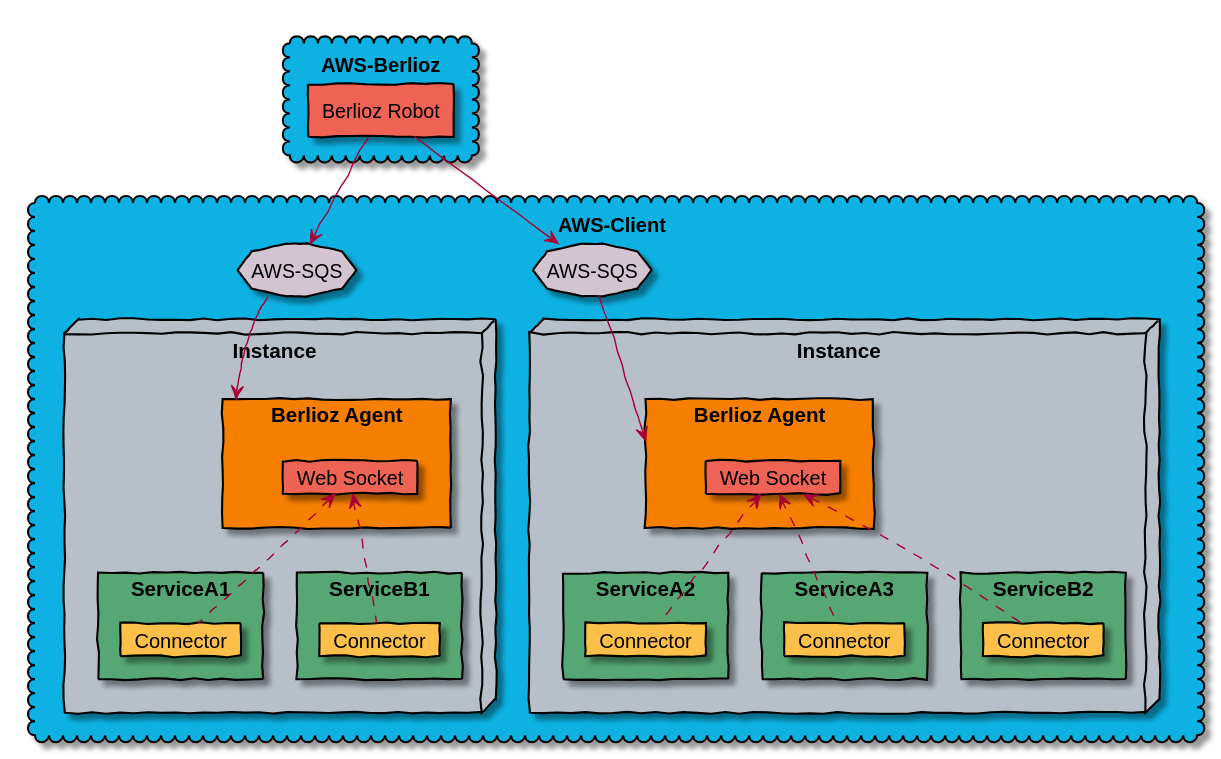
berlioz-the/berlioz keeps this PlantUML diagram as assets/diagrams/connector.svg. Above is the earlier version. Source of this version:
```plantuml
@startuml

skinparam handwritten true

cloud "AWS-Client" #08B2E3 {

    node "Instance" as Instance2 #B7BFC9 {

        rectangle "Berlioz Agent" as BerliozAgent2 #F77F00 {
            card "Web Socket" as BerliozAgent2WS #EE6352  {

            }
        }

        rectangle ServiceA1 #57A773 {
            card "Connector" as ServiceA1Connector #FCBF49  {

            }
        }

        rectangle ServiceB1 #57A773 {
            card "Connector" as ServiceB1Connector #FCBF49  {

            }
        }

        BerliozAgent2WS <.. ServiceA1Connector
        BerliozAgent2WS <.. ServiceB1Connector
    }

    node "Instance" as Instance1 #B7BFC9 {

        rectangle "Berlioz Agent" as BerliozAgent1 #F77F00 {
            card "Web Socket" as BerliozAgent1WS #EE6352  {

            }
        }

        rectangle ServiceA2 #57A773 {
            card "Connector" as ServiceA2Connector #FCBF49  {

            }
        }

        rectangle ServiceA3 #57A773 {
            card "Connector" as ServiceA3Connector #FCBF49  {

            }
        }

        rectangle ServiceB2 #57A773 {
            card "Connector" as ServiceB2Connector #FCBF49  {

            }
        }

        BerliozAgent1WS <.. ServiceA2Connector
        BerliozAgent1WS <.. ServiceA3Connector
        BerliozAgent1WS <.. ServiceB2Connector
    }


    storage "AWS-SQS" as SQS1 #D3C4D1 {
    }
    SQS1 --> BerliozAgent1

    storage "AWS-SQS" as SQS2 #D3C4D1 {
    }
    SQS2 --> BerliozAgent2

}

cloud "AWS-Berlioz" #08B2E3 {
    rectangle "Berlioz Robot" as BerliozRobot #EE6352 {

    }
}

BerliozRobot --> SQS1
BerliozRobot --> SQS2

@enduml
```
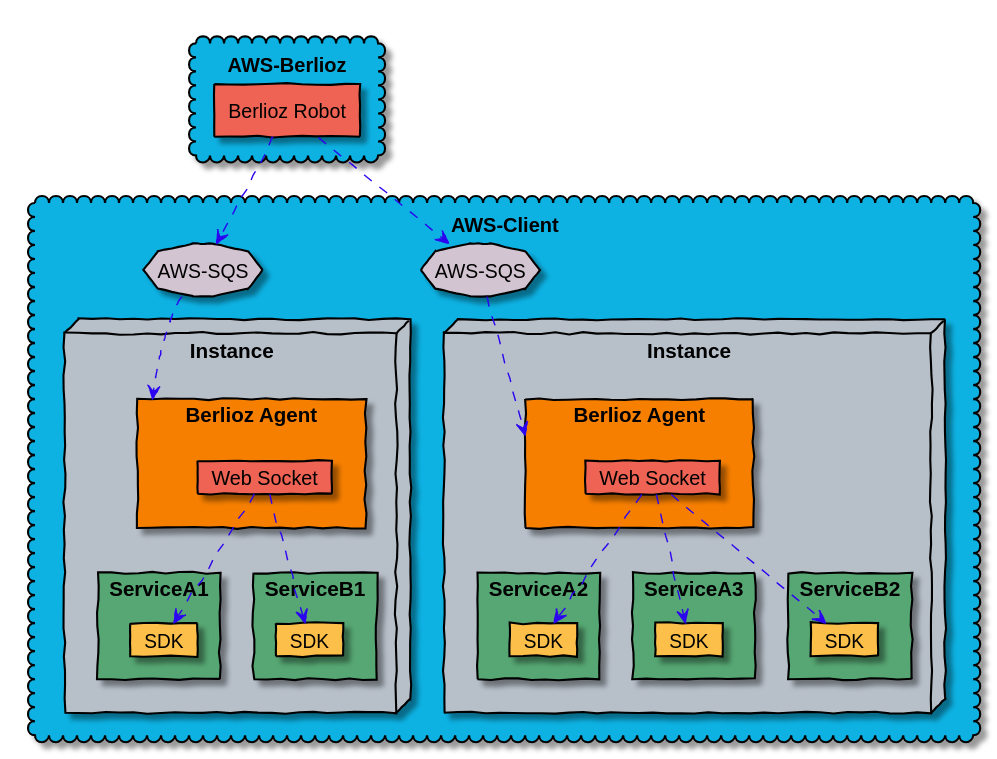
The same diagram one commit later.

What changed in the source:
```diff
@@ -13,19 +13,19 @@
         }
 
         rectangle ServiceA1 #57A773 {
-            card "Connector" as ServiceA1Connector #FCBF49  {
+            card "SDK" as ServiceA1Connector #FCBF49  {
 
             }
         }
 
         rectangle ServiceB1 #57A773 {
-            card "Connector" as ServiceB1Connector #FCBF49  {
+            card "SDK" as ServiceB1Connector #FCBF49  {
 
             }
         }
 
-        BerliozAgent2WS <.. ServiceA1Connector
-        BerliozAgent2WS <.. ServiceB1Connector
+        BerliozAgent2WS ..> ServiceA1Connector #2b04f0
+        BerliozAgent2WS ..> ServiceB1Connector #2b04f0
     }
 
     node "Instance" as Instance1 #B7BFC9 {
@@ -37,36 +37,37 @@
         }
 
         rectangle ServiceA2 #57A773 {
-            card "Connector" as ServiceA2Connector #FCBF49  {
+            card "SDK" as ServiceA2Connector #FCBF49  {
 
             }
         }
 
         rectangle ServiceA3 #57A773 {
-            card "Connector" as ServiceA3Connector #FCBF49  {
+            card "SDK" as ServiceA3Connector #FCBF49  {
+
+            }
+
+        }
+
+        rectangle ServiceB2 #57A773 {
+            card "SDK" as ServiceB2Connector #FCBF49  {
 
             }
         }
 
-        rectangle ServiceB2 #57A773 {
-            card "Connector" as ServiceB2Connector #FCBF49  {
-
-            }
-        }
-
-        BerliozAgent1WS <.. ServiceA2Connector
-        BerliozAgent1WS <.. ServiceA3Connector
-        BerliozAgent1WS <.. ServiceB2Connector
+        BerliozAgent1WS ..> ServiceA2Connector #2b04f0
+        BerliozAgent1WS ..> ServiceA3Connector #2b04f0
+        BerliozAgent1WS ..> ServiceB2Connector #2b04f0
     }
 
 
     storage "AWS-SQS" as SQS1 #D3C4D1 {
     }
-    SQS1 --> BerliozAgent1
+    SQS1 ..> BerliozAgent1 #2b04f0
 
     storage "AWS-SQS" as SQS2 #D3C4D1 {
     }
-    SQS2 --> BerliozAgent2
+    SQS2 ..> BerliozAgent2 #2b04f0
 
 }
 
@@ -76,7 +77,8 @@
     }
 }
 
-BerliozRobot --> SQS1
-BerliozRobot --> SQS2
+BerliozRobot ..> SQS1 #2b04f0
+BerliozRobot ..> SQS2 #2b04f0
+
 
 @enduml
```
